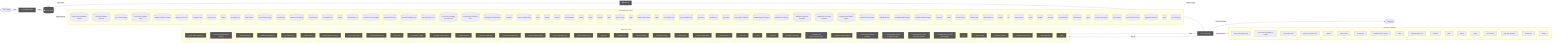
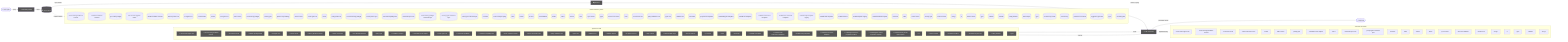
flowchart LR
  UserQ(["👤 User Query"])
  Embed["📐 Embedding Model"]
  VecDB[("📚 Vector Store")]
  Retriever["🔍 Retriever"]
  LLMNode["🧠 LLM / Generator"]
  Output(["✅ Response"])
  UserQ -->|query| Embed
  Embed -->|vector| VecDB
  VecDB -->|top-k chunks| Retriever
  Retriever -->|context + query| LLMNode
  LLMNode -->|generated answer| Output
  subgraph DetectedMemory["Detected memory stores"]
    det_detectedmemory_check_steering_feedback_contract_80134459[("check-steering-feedback-contract")]
    det_detectedmemory_normalize_workflow_contracts_8701f1c8[("normalize-workflow-contracts")]
    det_detectedmemory_sync_codex_preflight_7e7a8dc2[("sync-codex-preflight")]
    det_detectedmemory_test_harness_upgrade_matrix_84113c4e[("test-harness-upgrade-matrix")]
    det_detectedmemory_validate_workflow_contracts_33dc063c[("validate-workflow-contracts")]
    det_detectedmemory_branch_protect_core_a8feb0fd[("branch-protect-core")]
    det_detectedmemory_ci_migrate_core_7005b5af[("ci-migrate-core")]
    det_detectedmemory_context_health_80bb7da9[("context-health")]
    det_detectedmemory_context_ea7792a2[("context")]
    det_detectedmemory_docs_gate_core_eb9b6c18[("docs-gate-core")]
    det_detectedmemory_index_context_de3ed39d[("index-context")]
    det_detectedmemory_local_memory_preflight_dcc36c42[("local-memory-preflight")]
    det_detectedmemory_memory_gate_a577a506[("memory-gate")]
    det_detectedmemory_pattern_scope_siblings_43abe000[("pattern-scope-siblings")]
    det_detectedmemory_review_context_ca6cf81d[("review-context")]
    det_detectedmemory_review_gate_core_4c8001f9[("review-gate-core")]
    det_detectedmemory_search_24193290[("search")]
    det_detectedmemory_tooling_audit_core_328d6a41[("tooling-audit-core")]
    det_detectedmemory_run_local_memory_preflight_36e92808[("run-local-memory-preflight")]
    det_detectedmemory_branch_protect_sync_570adb18[("branch-protect-sync")]
    det_detectedmemory_command_capability_rules_ca3f496a[("command-capability-rules")]
    det_detectedmemory_command_specs_core_1c0ffc99[("command-specs-core")]
    det_detectedmemory_local_memory_preflight_command_spec_9e23f3ce[("local-memory-preflight-command-spec")]
    det_detectedmemory_memory_gate_command_spec_dc9001a9[("memory-gate-command-spec")]
    det_detectedmemory_review_gate_command_spec_3187376a[("review-gate-command-spec")]
    det_detectedmemory_constants_7517017f[("constants")]
    det_detectedmemory_context_compact_policy_3dcaf95d[("context-compact-policy")]
    det_detectedmemory_index_1bc04b52[("index")]
    det_detectedmemory_indexer_70fa78e5[("indexer")]
    det_detectedmemory_init_error_5c7dd49f[("init-error")]
    det_detectedmemory_lexical_fallback_723e2b3e[("lexical-fallback")]
    det_detectedmemory_ollama_76e3c7bf[("ollama")]
    det_detectedmemory_rollout_a4fa034c[("rollout")]
    det_detectedmemory_sources_878a52fc[("sources")]
    det_detectedmemory_store_824d80d7[("store")]
    det_detectedmemory_sync_contract_c79fa191[("sync-contract")]
    det_detectedmemory_types_4_822d0f88[("types")]
    det_detectedmemory_harness_run_context_ac7c77a9[("harness-run-context")]
    det_detectedmemory_index_1_faebc14e[("index")]
    det_detectedmemory_json_schema_core_96d7e328[("json-schema-core")]
    det_detectedmemory_policy_validators_core_714a3fe7[("policy-validators-core")]
    det_detectedmemory_types_core_e405ddca[("types-core")]
    det_detectedmemory_validator_core_4358f8ba[("validator-core")]
    det_detectedmemory_init_modes_c05ceb07[("init-modes")]
    det_detectedmemory_project_brain_templates_7ef51530[("project-brain-templates")]
    det_detectedmemory_scaffold_diagram_templates_dd88e83c[("scaffold-diagram-templates")]
    det_detectedmemory_scaffold_doc_templates_f6152330[("scaffold-doc-templates")]
    det_detectedmemory_scaffold_environment_templates_c1ceba6a[("scaffold-environment-templates")]
    det_detectedmemory_scaffold_root_command_templates_404fed7f[("scaffold-root-command-templates")]
    det_detectedmemory_scaffold_script_template_registry_69312d4e[("scaffold-script-template-registry")]
    det_detectedmemory_scaffold_shell_templates_0ad0f915[("scaffold-shell-templates")]
    det_detectedmemory_scaffold_surfaces_12d6494e[("scaffold-surfaces")]
    det_detectedmemory_scaffold_template_registry_b1cce2aa[("scaffold-template-registry")]
    det_detectedmemory_scaffold_workflow_template_92310587[("scaffold-workflow-template")]
    det_detectedmemory_eval_seed_5699fd3e[("eval-seed")]
    det_detectedmemory_index_4_013aa0e3[("index")]
    det_detectedmemory_review_context_1_e3afed15[("review-context")]
    det_detectedmemory_memory_gate_1_265164ac[("memory-gate")]
    det_detectedmemory_branch_enforcer_acb749cd[("branch-enforcer")]
    det_detectedmemory_cli_args_2_81c58cf7[("cli-args")]
    det_detectedmemory_cli_3_9d90d3fe[("cli")]
    det_detectedmemory_metrics_tracker_98cec29c[("metrics-tracker")]
    det_detectedmemory_types_11_4be3ee64[("types")]
    det_detectedmemory_validator_4_5180cf23[("validator")]
    det_detectedmemory_classifier_fe1991a9[("classifier")]
    det_detectedmemory_tooling_baseline_50ab2eeb[("tooling-baseline")]
    det_detectedmemory_claim_helpers_20dc8387[("claim-helpers")]
    det_detectedmemory_types_16_0fae1112[("types")]
    det_detectedmemory_local_memory_smoke_1175abfc[("local-memory-smoke")]
    det_detectedmemory_local_memory_0db17ecc[("local-memory")]
    det_detectedmemory_performance_overload_c685bfcf[("performance-overload")]
    det_detectedmemory_suggestion_generator_0956f794[("suggestion-generator")]
-     det_detectedmemory_types_22_f3cf4a73[("types")]
+     det_detectedmemory_types_23_4352ee2e[("types")]
    det_detectedmemory_overload_guard_2748c559[("overload-guard")]
  end
  VecDB -. "implemented by" .-> DetectedMemory
  subgraph DetectedLLM["Detected LLM clients"]
    det_detectedllm_check_codex_agent_roles_5bb2e89b["check-codex-agent-roles"]
    det_detectedllm_check_steering_feedback_contract_80134459["check-steering-feedback-contract"]
    det_detectedllm_run_harness_evals_77704768["run-harness-evals"]
    det_detectedllm_check_environment_core_2c16213f["check-environment-core"]
    det_detectedllm_context_ea7792a2["context"]
    det_detectedllm_index_context_de3ed39d["index-context"]
    det_detectedllm_prompt_gate_c5e9d207["prompt-gate"]
    det_detectedllm_remediate_runner_helpers_929fedcc["remediate-runner-helpers"]
    det_detectedllm_search_24193290["search"]
    det_detectedllm_command_specs_core_1c0ffc99["command-specs-core"]
+     det_detectedllm_prompt_gate_command_spec_9a941482["prompt-gate-command-spec"]
    det_detectedllm_constants_7517017f["constants"]
    det_detectedllm_index_1bc04b52["index"]
    det_detectedllm_indexer_70fa78e5["indexer"]
    det_detectedllm_ollama_76e3c7bf["ollama"]
    det_detectedllm_sync_contract_c79fa191["sync-contract"]
    det_detectedllm_north_star_validators_cfc926ce["north-star-validators"]
    det_detectedllm_sensitive_text_7c11f760["sensitive-text"]
    det_detectedllm_cli_args_5_09ea29f0["cli-args"]
+     det_detectedllm_cli_6_eac72be2["cli"]
+     det_detectedllm_types_19_eb4ad5f0["types"]
+     det_detectedllm_validator_6_3688adbf["validator"]
+     det_detectedllm_cli_args_6_be6244ad["cli-args"]
  end
  LLMNode -. "implemented by" .-> DetectedLLM
  subgraph DetectedTools["Agentic tool calls"]
    det_detectedtools_check_codex_agent_roles_5bb2e89b["🔧 check-codex-agent-roles"]
    det_detectedtools_check_steering_feedback_contract_80134459["🔧 check-steering-feedback-contract"]
    det_detectedtools_run_harness_evals_77704768["🔧 run-harness-evals"]
    det_detectedtools_validate_packaged_skill_5e32c890["🔧 validate-packaged-skill"]
    det_detectedtools_ci_migrate_core_7005b5af["🔧 ci-migrate-core"]
    det_detectedtools_doctor_checks_5a2eb2b9["🔧 doctor-checks"]
    det_detectedtools_doctor_github_tool_checks_a53b0382["🔧 doctor-github-tool-checks"]
    det_detectedtools_doctor_tool_checks_4acac51a["🔧 doctor-tool-checks"]
    det_detectedtools_next_blocked_decisions_4140ad2b["🔧 next-blocked-decisions"]
    det_detectedtools_policy_gate_213f7313["🔧 policy-gate"]
    det_detectedtools_remediate_cli_output_cc165396["🔧 remediate-cli-output"]
    det_detectedtools_remediate_runner_helpers_929fedcc["🔧 remediate-runner-helpers"]
    det_detectedtools_review_gate_core_4c8001f9["🔧 review-gate-core"]
    det_detectedtools_command_capabilities_a4d5c71e["🔧 command-capabilities"]
    det_detectedtools_command_capability_rules_ca3f496a["🔧 command-capability-rules"]
    det_detectedtools_linear_command_actions_e430f4f4["🔧 linear-command-actions"]
    det_detectedtools_linear_command_runner_4a740dfc["🔧 linear-command-runner"]
    det_detectedtools_policy_validators_core_714a3fe7["🔧 policy-validators-core"]
    det_detectedtools_types_core_e405ddca["🔧 types-core"]
    det_detectedtools_validator_core_4358f8ba["🔧 validator-core"]
    det_detectedtools_validator_helpers_7b927667["🔧 validator-helpers"]
    det_detectedtools_he_phase_exit_core_1148895b["🔧 he-phase-exit-core"]
    det_detectedtools_ralph_runtime_73d63c0e["🔧 ralph-runtime"]
    det_detectedtools_observed_skill_usage_ed7d5930["🔧 observed-skill-usage"]
    det_detectedtools_closure_evidence_aaa31467["🔧 closure-evidence"]
    det_detectedtools_pr_creator_dc6b1ea4["🔧 pr-creator"]
    det_detectedtools_client_948fe603["🔧 client"]
    det_detectedtools_init_output_360dce91["🔧 init-output"]
    det_detectedtools_scaffold_ci_templates_2afd6392["🔧 scaffold-ci-templates"]
    det_detectedtools_scaffold_codex_environment_templates_334fbbed["🔧 scaffold-codex-environment-templates"]
    det_detectedtools_scaffold_config_templates_4b80ce53["🔧 scaffold-config-templates"]
    det_detectedtools_scaffold_environment_templates_c1ceba6a["🔧 scaffold-environment-templates"]
    det_detectedtools_scaffold_github_actions_pr_pipeline_renderer_1ee18de5["🔧 scaffold-github-actions-pr-pipeline-renderer"]
    det_detectedtools_scaffold_github_actions_pr_pipeline_template_e2b85f62["🔧 scaffold-github-actions-pr-pipeline-template"]
    det_detectedtools_scaffold_release_private_npm_template_075499f8["🔧 scaffold-release-private-npm-template"]
    det_detectedtools_cli_3_9d90d3fe["🔧 cli"]
    det_detectedtools_metrics_tracker_98cec29c["🔧 metrics-tracker"]
    det_detectedtools_normalise_renderer_85f2e563["🔧 normalise-renderer"]
    det_detectedtools_evaluation_engine_core_e054fe49["🔧 evaluation-engine-core"]
    det_detectedtools_tooling_baseline_50ab2eeb["🔧 tooling-baseline"]
-     det_detectedtools_types_24_c63dc1a7["🔧 types"]
+     det_detectedtools_types_25_89d086aa["🔧 types"]
  end
  LLMNode -->|tool use| DetectedTools
  DetectedTools -->|result| LLMNode
  classDef memNode fill:#555,color:#fff
  class VecDB,Retriever memNode
  classDef llmNode fill:#555,color:#fff
  class LLMNode,Embed llmNode
  classDef toolNode fill:#555,color:#fff
-   class det_detectedtools_check_codex_agent_roles_5bb2e89b,det_detectedtools_check_steering_feedback_contract_80134459,det_detectedtools_run_harness_evals_77704768,det_detectedtools_validate_packaged_skill_5e32c890,det_detectedtools_ci_migrate_core_7005b5af,det_detectedtools_doctor_checks_5a2eb2b9,det_detectedtools_doctor_github_tool_checks_a53b0382,det_detectedtools_doctor_tool_checks_4acac51a,det_detectedtools_next_blocked_decisions_4140ad2b,det_detectedtools_policy_gate_213f7313,det_detectedtools_remediate_cli_output_cc165396,det_detectedtools_remediate_runner_helpers_929fedcc,det_detectedtools_review_gate_core_4c8001f9,det_detectedtools_command_capabilities_a4d5c71e,det_detectedtools_command_capability_rules_ca3f496a,det_detectedtools_linear_command_actions_e430f4f4,det_detectedtools_linear_command_runner_4a740dfc,det_detectedtools_policy_validators_core_714a3fe7,det_detectedtools_types_core_e405ddca,det_detectedtools_validator_core_4358f8ba,det_detectedtools_validator_helpers_7b927667,det_detectedtools_he_phase_exit_core_1148895b,det_detectedtools_ralph_runtime_73d63c0e,det_detectedtools_observed_skill_usage_ed7d5930,det_detectedtools_closure_evidence_aaa31467,det_detectedtools_pr_creator_dc6b1ea4,det_detectedtools_client_948fe603,det_detectedtools_init_output_360dce91,det_detectedtools_scaffold_ci_templates_2afd6392,det_detectedtools_scaffold_codex_environment_templates_334fbbed,det_detectedtools_scaffold_config_templates_4b80ce53,det_detectedtools_scaffold_environment_templates_c1ceba6a,det_detectedtools_scaffold_github_actions_pr_pipeline_renderer_1ee18de5,det_detectedtools_scaffold_github_actions_pr_pipeline_template_e2b85f62,det_detectedtools_scaffold_release_private_npm_template_075499f8,det_detectedtools_cli_3_9d90d3fe,det_detectedtools_metrics_tracker_98cec29c,det_detectedtools_normalise_renderer_85f2e563,det_detectedtools_evaluation_engine_core_e054fe49,det_detectedtools_tooling_baseline_50ab2eeb,det_detectedtools_types_24_c63dc1a7 toolNode
+   class det_detectedtools_check_codex_agent_roles_5bb2e89b,det_detectedtools_check_steering_feedback_contract_80134459,det_detectedtools_run_harness_evals_77704768,det_detectedtools_validate_packaged_skill_5e32c890,det_detectedtools_ci_migrate_core_7005b5af,det_detectedtools_doctor_checks_5a2eb2b9,det_detectedtools_doctor_github_tool_checks_a53b0382,det_detectedtools_doctor_tool_checks_4acac51a,det_detectedtools_next_blocked_decisions_4140ad2b,det_detectedtools_policy_gate_213f7313,det_detectedtools_remediate_cli_output_cc165396,det_detectedtools_remediate_runner_helpers_929fedcc,det_detectedtools_review_gate_core_4c8001f9,det_detectedtools_command_capabilities_a4d5c71e,det_detectedtools_command_capability_rules_ca3f496a,det_detectedtools_linear_command_actions_e430f4f4,det_detectedtools_linear_command_runner_4a740dfc,det_detectedtools_policy_validators_core_714a3fe7,det_detectedtools_types_core_e405ddca,det_detectedtools_validator_core_4358f8ba,det_detectedtools_validator_helpers_7b927667,det_detectedtools_he_phase_exit_core_1148895b,det_detectedtools_ralph_runtime_73d63c0e,det_detectedtools_observed_skill_usage_ed7d5930,det_detectedtools_closure_evidence_aaa31467,det_detectedtools_pr_creator_dc6b1ea4,det_detectedtools_client_948fe603,det_detectedtools_init_output_360dce91,det_detectedtools_scaffold_ci_templates_2afd6392,det_detectedtools_scaffold_codex_environment_templates_334fbbed,det_detectedtools_scaffold_config_templates_4b80ce53,det_detectedtools_scaffold_environment_templates_c1ceba6a,det_detectedtools_scaffold_github_actions_pr_pipeline_renderer_1ee18de5,det_detectedtools_scaffold_github_actions_pr_pipeline_template_e2b85f62,det_detectedtools_scaffold_release_private_npm_template_075499f8,det_detectedtools_cli_3_9d90d3fe,det_detectedtools_metrics_tracker_98cec29c,det_detectedtools_normalise_renderer_85f2e563,det_detectedtools_evaluation_engine_core_e054fe49,det_detectedtools_tooling_baseline_50ab2eeb,det_detectedtools_types_25_89d086aa toolNode
